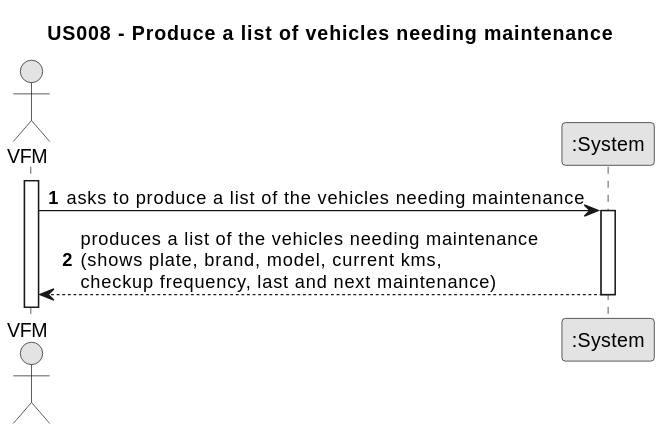
Before: docs/sprintB/us008/01.requirements-engineering/svg/us008-system-sequence-diagram.svg, a diagram exported from PlantUML (Departamento-de-Engenharia-Informatica/lei-24-s2-1dm-g132). Its diagram source:
```plantuml
@startuml
skinparam monochrome true
skinparam packageStyle rectangle
skinparam shadowing false

title US008 - Produce a list of vehicles needing maintenance

autonumber

actor "VFM" as Employee
participant ":System" as System

activate Employee

    Employee -> System : asks to produce a list of the vehicles needing maintenance
    activate System

    System --> Employee : produces a list of the vehicles needing maintenance \n(shows plate, brand, model, current kms,\ncheckup frequency, last and next maintenance)
    deactivate System
@enduml
```
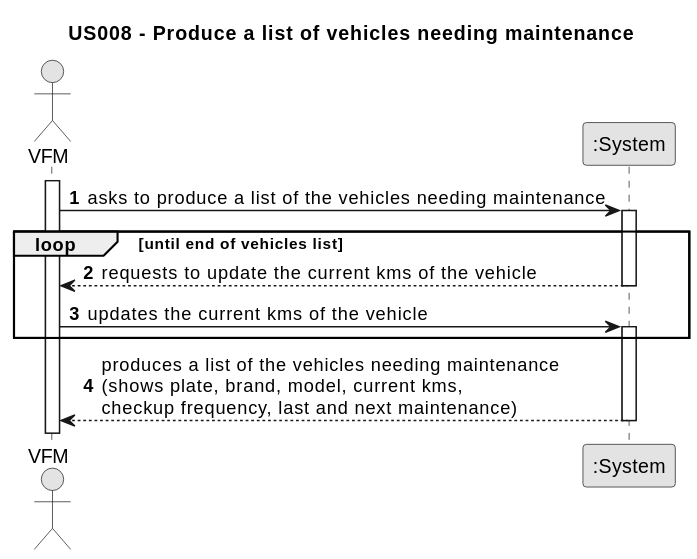
After the commit.

Commit message:
US08 updated system sequence diagram (added loop to update vehicles) and updated readme with input data and AC

Diff of the diagram source:
```diff
@@ -15,6 +15,13 @@
     Employee -> System : asks to produce a list of the vehicles needing maintenance
     activate System
 
+    loop until end of vehicles list
+    System --> Employee : requests to update the current kms of the vehicle
+    deactivate System
+    Employee -> System : updates the current kms of the vehicle
+    activate System
+    end
+
     System --> Employee : produces a list of the vehicles needing maintenance \n(shows plate, brand, model, current kms,\ncheckup frequency, last and next maintenance)
     deactivate System
 @enduml
```
